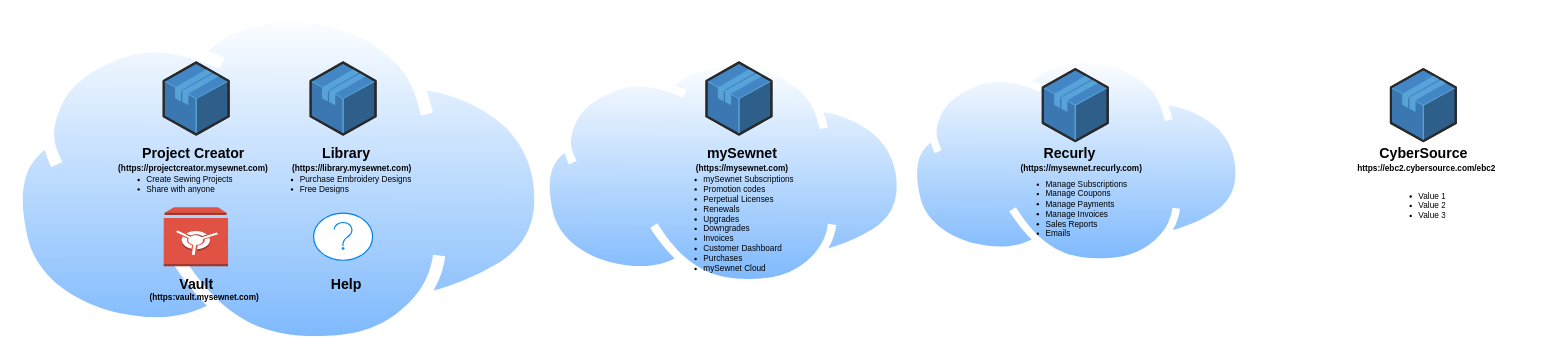
Above: mySewnet/Untitled Diagram.drawio in sunylcumar/Diagrams (draw.io), before the change. Source tidied: cells renumbered, new cells numbered last; positions are measured from the earlier drawing's top-left corner, leaving out a move shared by most shapes. Both pictures are drawn from the tidied source at 59%, with x=0, y=0 at pixel (10, 10).
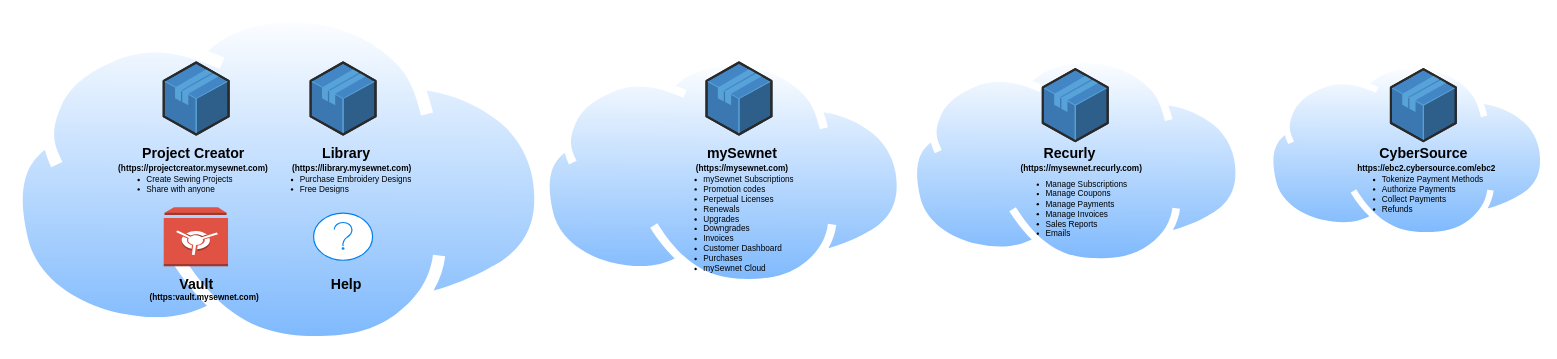
After the change.

Change to the diagram source:
```diff
@@
+    <mxCell id="30" style="perimeter=ellipsePerimeter;html=1;align=center;shadow=0;dashed=0;spacingTop=3;image;image=img/lib/active_directory/internet_cloud.svg;fontSize=14;" parent="1" vertex="1">
+      <mxGeometry x="2130" y="88.4" width="474.5" height="298.9" as="geometry" />
+    </mxCell>
@@
-    <mxCell id="29" value="&lt;ul&gt;&lt;li&gt;Value 1&lt;/li&gt;&lt;li&gt;Value 2&lt;/li&gt;&lt;li&gt;Value 3&lt;/li&gt;&lt;/ul&gt;" style="text;strokeColor=none;fillColor=none;html=1;whiteSpace=wrap;verticalAlign=middle;overflow=hidden;fontSize=14;" parent="1" vertex="1">
-      <mxGeometry x="2345" y="290" width="100" height="80" as="geometry" />
+    <mxCell id="29" value="&lt;ul&gt;&lt;li&gt;Tokenize Payment Methods&lt;/li&gt;&lt;li&gt;Authorize Payments&lt;/li&gt;&lt;li&gt;Collect Payments&lt;/li&gt;&lt;li&gt;Refunds&lt;/li&gt;&lt;li&gt;&lt;br&gt;&lt;/li&gt;&lt;/ul&gt;" style="text;strokeColor=none;fillColor=none;html=1;whiteSpace=wrap;verticalAlign=middle;overflow=hidden;fontSize=14;" parent="1" vertex="1">
+      <mxGeometry x="2282.5" y="261.6" width="225" height="90" as="geometry" />
     </mxCell>
```
